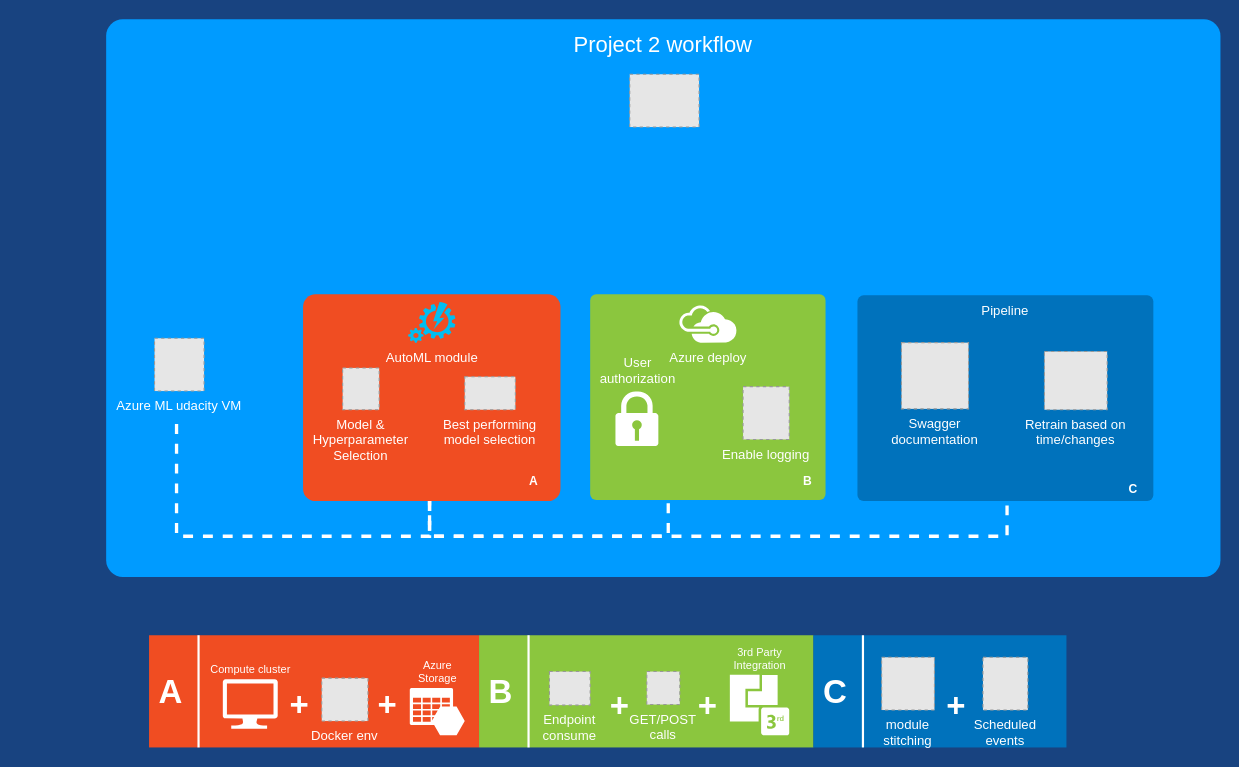
Above: starter_files/images/azureml_flowchart.drawio in jaircastruita/nd00333_AZMLND_C2 (draw.io), before the change. Source tidied: cells renumbered, new cells numbered last; positions are measured from the earlier drawing's top-left corner, leaving out a move shared by most shapes. Both pictures are drawn from the tidied source at 110%, with x=0, y=0 at pixel (106, 19). Pictures stored in the file or linked from it are replaced by grey dashed boxes.
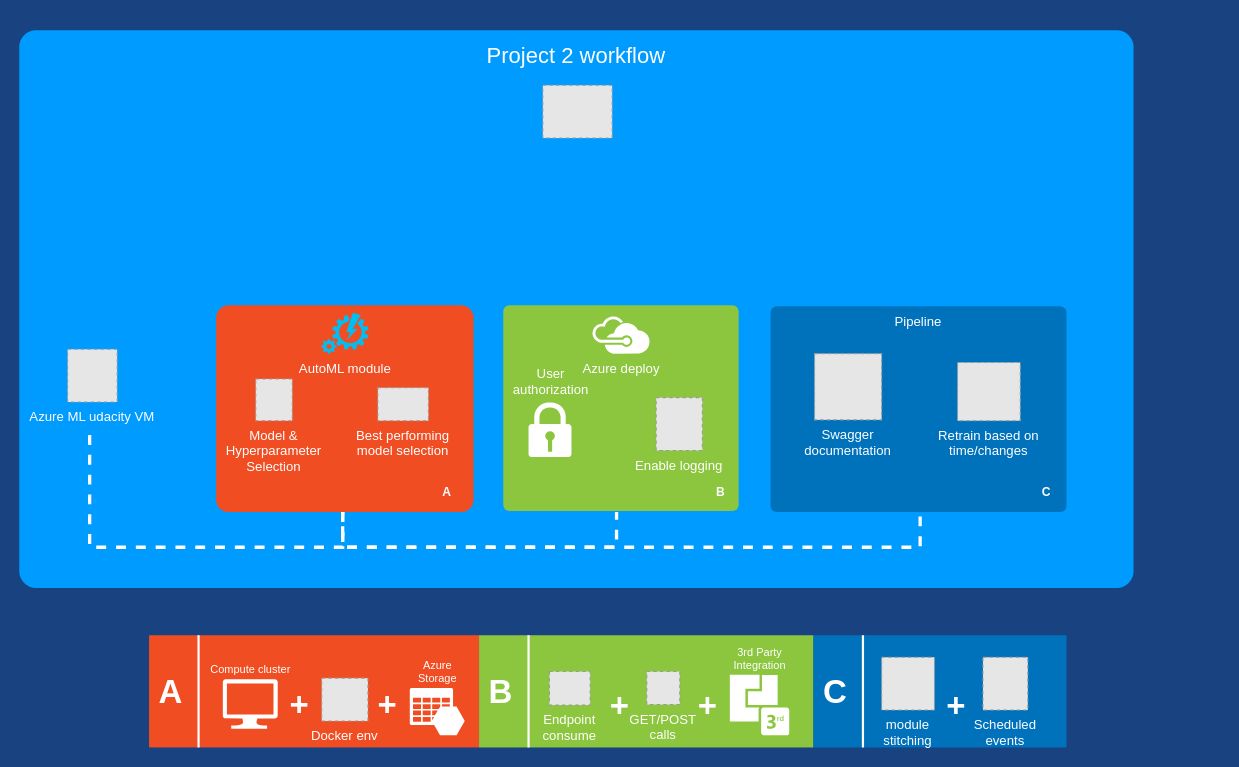
The same page after the edit.

Change to the diagram source:
```diff
@@
     <mxCell id="2" value="Project 2 workflow" style="whiteSpace=wrap;html=1;rounded=1;shadow=0;strokeColor=none;strokeWidth=2;fillColor=#009BFF;fontSize=20;fontColor=#FFFFFF;align=center;arcSize=3;verticalAlign=top;spacingTop=4;" parent="1" vertex="1">
-      <mxGeometry width="1013" height="507" as="geometry" />
+      <mxGeometry x="-79" y="10" width="1013" height="507" as="geometry" />
     </mxCell>
     <mxCell id="3" value="Pipeline" style="rounded=1;whiteSpace=wrap;html=1;shadow=0;strokeWidth=2;fillColor=#0072BC;fontSize=12;fontColor=#FFFFFF;align=center;strokeColor=none;arcSize=3;verticalAlign=top;" parent="1" vertex="1">
-      <mxGeometry x="683" y="251" width="269" height="187" as="geometry" />
+      <mxGeometry x="604" y="261" width="269" height="187" as="geometry" />
     </mxCell>
     <mxCell id="4" style="rounded=1;whiteSpace=wrap;html=1;shadow=0;strokeWidth=2;fillColor=#8BC63E;fontSize=12;fontColor=#000000;align=center;strokeColor=none;arcSize=3;" parent="1" vertex="1">
-      <mxGeometry x="440" y="250" width="214" height="187" as="geometry" />
+      <mxGeometry x="361" y="260" width="214" height="187" as="geometry" />
     </mxCell>
     <mxCell id="5" style="rounded=1;whiteSpace=wrap;html=1;shadow=0;strokeWidth=2;fillColor=#F04D22;fontSize=12;fontColor=#FFFFFF;align=center;strokeColor=none;arcSize=6;verticalAlign=top;" parent="1" vertex="1">
-      <mxGeometry x="179" y="250" width="234" height="188" as="geometry" />
+      <mxGeometry x="100" y="260" width="234" height="188" as="geometry" />
     </mxCell>
     <mxCell id="6" value="&lt;font color=&quot;#ffffff&quot;&gt;User &lt;br&gt;authorization&lt;/font&gt;&lt;br&gt;&lt;br&gt;&lt;br&gt;&lt;br&gt;&lt;br&gt;&lt;br&gt;&lt;br&gt;" style="shadow=0;dashed=0;html=1;strokeColor=none;shape=mxgraph.mscae.enterprise.lock;fillColor=#FFFFFF;rounded=0;fontSize=12;fontColor=#000000;align=center;" parent="1" vertex="1">
-      <mxGeometry x="463" y="338" width="39" height="50" as="geometry" />
+      <mxGeometry x="384" y="348" width="39" height="50" as="geometry" />
     </mxCell>
     <mxCell id="7" value="Azure deploy" style="shadow=0;dashed=0;html=1;strokeColor=none;fillColor=#FFFFFF;labelPosition=center;verticalLabelPosition=bottom;verticalAlign=top;shape=mxgraph.office.clouds.azure;rounded=1;fontSize=12;fontColor=#FFFFFF;align=center;" parent="1" vertex="1">
-      <mxGeometry x="520.5" y="260" width="53" height="34" as="geometry" />
+      <mxGeometry x="441.5" y="270" width="53" height="34" as="geometry" />
     </mxCell>
     <mxCell id="8" style="edgeStyle=orthogonalEdgeStyle;html=1;startArrow=none;startFill=0;startSize=10;endArrow=none;endFill=0;endSize=10;strokeWidth=3;fontSize=11;fontColor=#FFFFFF;strokeColor=#FFFFFF;dashed=1;rounded=0;" parent="1" edge="1">
       <mxGeometry relative="1" as="geometry">
-        <mxPoint x="294" y="438" as="sourcePoint" />
-        <mxPoint x="511" y="438" as="targetPoint" />
+        <mxPoint x="215" y="448" as="sourcePoint" />
+        <mxPoint x="464" y="448" as="targetPoint" />
         <Array as="points">
-          <mxPoint x="294" y="470" />
-          <mxPoint x="511" y="470" />
+          <mxPoint x="215" y="480" />
+          <mxPoint x="464" y="480" />
+          <mxPoint x="464" y="448" />
         </Array>
       </mxGeometry>
     </mxCell>
     <mxCell id="9" style="edgeStyle=orthogonalEdgeStyle;html=1;startArrow=none;startFill=0;startSize=10;endArrow=none;endFill=0;endSize=10;strokeWidth=3;fontSize=11;fontColor=#FFFFFF;strokeColor=#FFFFFF;dashed=1;rounded=0;entryX=0.5;entryY=1;entryDx=0;entryDy=0;" parent="1" edge="1" target="3">
       <mxGeometry relative="1" as="geometry">
-        <mxPoint x="294" y="438" as="sourcePoint" />
+        <mxPoint x="215" y="448" as="sourcePoint" />
         <Array as="points">
-          <mxPoint x="294" y="470" />
-          <mxPoint x="819" y="470" />
+          <mxPoint x="215" y="480" />
+          <mxPoint x="740" y="480" />
         </Array>
       </mxGeometry>
     </mxCell>
     <mxCell id="10" style="edgeStyle=orthogonalEdgeStyle;html=1;startArrow=none;startFill=0;startSize=10;endArrow=none;endFill=0;endSize=10;strokeWidth=3;fontSize=11;fontColor=#FFFFFF;strokeColor=#FFFFFF;dashed=1;rounded=0;" parent="1" edge="1">
       <mxGeometry relative="1" as="geometry">
-        <mxPoint x="64" y="368" as="sourcePoint" />
-        <mxPoint x="294" y="438" as="targetPoint" />
+        <mxPoint x="-15" y="378" as="sourcePoint" />
+        <mxPoint x="215" y="448" as="targetPoint" />
         <Array as="points">
-          <mxPoint x="64" y="470" />
-          <mxPoint x="294" y="470" />
+          <mxPoint x="-15" y="480" />
+          <mxPoint x="215" y="480" />
         </Array>
       </mxGeometry>
     </mxCell>
     <mxCell id="11" value="A" style="text;html=1;strokeColor=none;fillColor=none;align=center;verticalAlign=middle;whiteSpace=wrap;rounded=1;shadow=0;fontSize=11;fontColor=#FFFFFF;fontStyle=1;" parent="1" vertex="1">
-      <mxGeometry x="379" y="410" width="20" height="20" as="geometry" />
+      <mxGeometry x="300" y="420" width="20" height="20" as="geometry" />
     </mxCell>
     <mxCell id="12" value="B" style="text;html=1;strokeColor=none;fillColor=none;align=center;verticalAlign=middle;whiteSpace=wrap;rounded=1;shadow=0;fontSize=11;fontColor=#FFFFFF;fontStyle=1;" parent="1" vertex="1">
-      <mxGeometry x="628" y="410" width="20" height="20" as="geometry" />
+      <mxGeometry x="549" y="420" width="20" height="20" as="geometry" />
     </mxCell>
-    <mxCell id="13" value="C" style="text;html=1;strokeColor=none;fillColor=none;align=center;verticalAlign=middle;whiteSpace=wrap;rounded=1;shadow=0;fontSize=11;fontColor=#FFFFFF;fontStyle=1;" parent="1" vertex="1">
-      <mxGeometry x="924" y="417" width="20" height="20" as="geometry" />
+    <mxCell id="13" value="C" style="text;html=1;strokeColor=none;fillColor=none;align=center;verticalAlign=middle;whiteSpace=wrap;rounded=1;shadow=0;fontSize=11;fontColor=#FFFFFF;fontStyle=1;arcSize=50;" parent="1" vertex="1">
+      <mxGeometry x="845" y="420" width="20" height="20" as="geometry" />
     </mxCell>
@@
     <mxCell id="31" value="Azure ML udacity VM" style="fillColor=#E6E6E6;strokeColor=#999999;dashed=1;verticalLabelPosition=bottom;labelBackgroundColor=none;verticalAlign=top;fontColor=#FFFFFF;" parent="1" vertex="1">
-      <mxGeometry x="44" y="290" width="45" height="48" as="geometry" />
+      <mxGeometry x="-35" y="300" width="45" height="48" as="geometry" />
     </mxCell>
     <mxCell id="32" value="Best performing&#10;model selection" style="fillColor=#E6E6E6;strokeColor=#999999;dashed=1;verticalLabelPosition=bottom;labelBackgroundColor=none;verticalAlign=top;fontColor=#FFFFFF;" parent="1" vertex="1">
-      <mxGeometry x="326" y="325" width="46" height="30" as="geometry" />
+      <mxGeometry x="247" y="335" width="46" height="30" as="geometry" />
     </mxCell>
     <mxCell id="33" value="Enable logging" style="fillColor=#E6E6E6;strokeColor=#999999;dashed=1;verticalLabelPosition=bottom;labelBackgroundColor=none;verticalAlign=top;fontColor=#FFFFFF;" parent="1" vertex="1">
-      <mxGeometry x="579" y="334" width="42" height="48" as="geometry" />
+      <mxGeometry x="500" y="344" width="42" height="48" as="geometry" />
     </mxCell>
     <mxCell id="34" value="Model &amp;&#10;Hyperparameter&#10;Selection" style="fillColor=#E6E6E6;strokeColor=#999999;dashed=1;verticalLabelPosition=bottom;labelBackgroundColor=none;verticalAlign=top;fontColor=#FFFFFF;" parent="1" vertex="1">
-      <mxGeometry x="215" y="317" width="33.2" height="38" as="geometry" />
+      <mxGeometry x="136" y="327" width="33.2" height="38" as="geometry" />
     </mxCell>
     <mxCell id="35" value="AutoML module" style="verticalLabelPosition=bottom;html=1;verticalAlign=top;align=center;strokeColor=none;fillColor=#00BEF2;shape=mxgraph.azure.automation;labelBackgroundColor=none;fontColor=#FFFFFF;" parent="1" vertex="1">
-      <mxGeometry x="274.5" y="257" width="43" height="37" as="geometry" />
+      <mxGeometry x="195.5" y="267" width="43" height="37" as="geometry" />
     </mxCell>
@@
     <mxCell id="37" style="fillColor=#E6E6E6;strokeColor=#999999;dashed=1;verticalLabelPosition=bottom;labelBackgroundColor=#ffffff;verticalAlign=top;fontColor=#FFFFFF;" parent="1" vertex="1">
-      <mxGeometry x="476" y="50" width="63" height="48" as="geometry" />
+      <mxGeometry x="397" y="60" width="63" height="48" as="geometry" />
     </mxCell>
     <mxCell id="38" value="Swagger&#10;documentation" style="fillColor=#E6E6E6;strokeColor=#999999;dashed=1;verticalLabelPosition=bottom;labelBackgroundColor=none;verticalAlign=top;fontColor=#FFFFFF;" parent="1" vertex="1">
-      <mxGeometry x="723" y="294" width="61" height="60.2" as="geometry" />
+      <mxGeometry x="644" y="304" width="61" height="60.2" as="geometry" />
     </mxCell>
@@
     <mxCell id="43" value="Retrain based on&#10;time/changes" style="fillColor=#E6E6E6;strokeColor=#999999;dashed=1;verticalLabelPosition=bottom;labelBackgroundColor=none;verticalAlign=top;fontColor=#FFFFFF;" parent="1" vertex="1">
-      <mxGeometry x="853" y="302" width="57" height="53" as="geometry" />
+      <mxGeometry x="774" y="312" width="57" height="53" as="geometry" />
     </mxCell>
```
